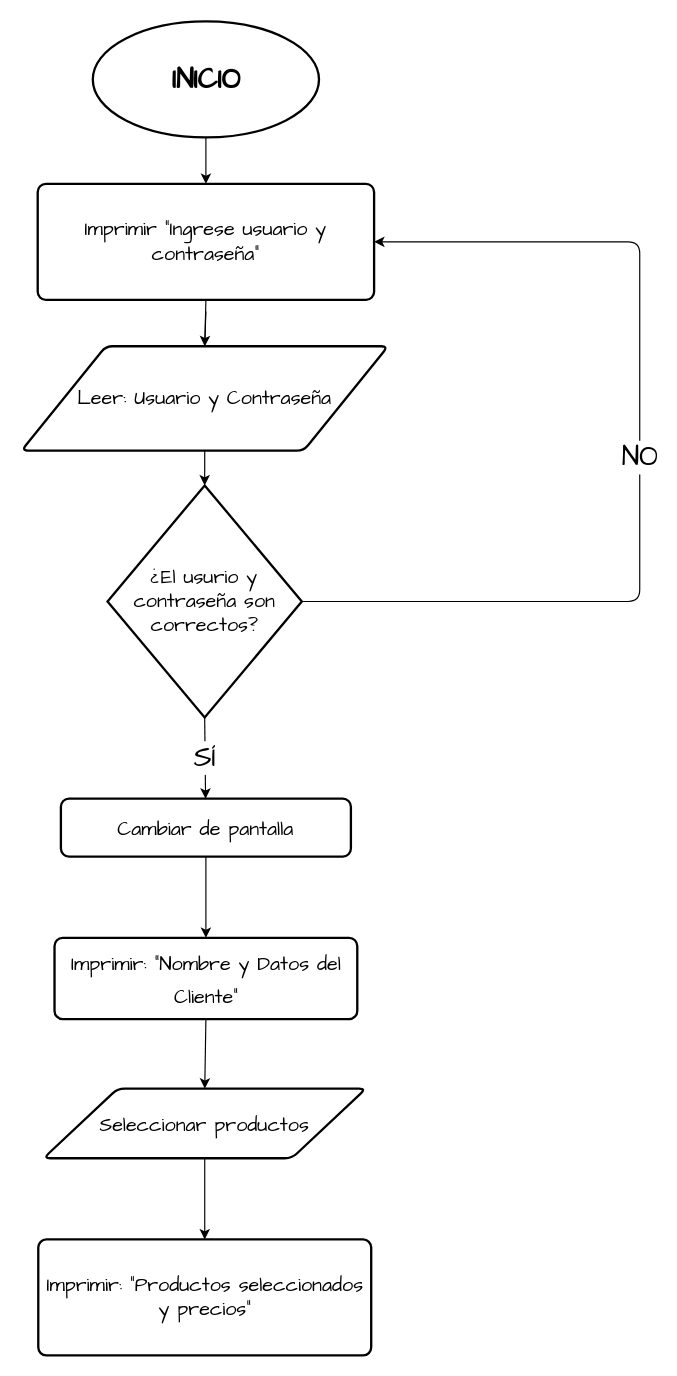
Before: src/DiagramadeFlujo.drawio in elian18/FirstJavaFXProject, a draw.io diagram. Source tidied: cells renumbered, new cells numbered last; positions are measured from the earlier drawing's top-left corner, leaving out a move shared by most shapes. Both pictures are drawn from the tidied source at 116%, with x=0, y=0 at pixel (21, 21).
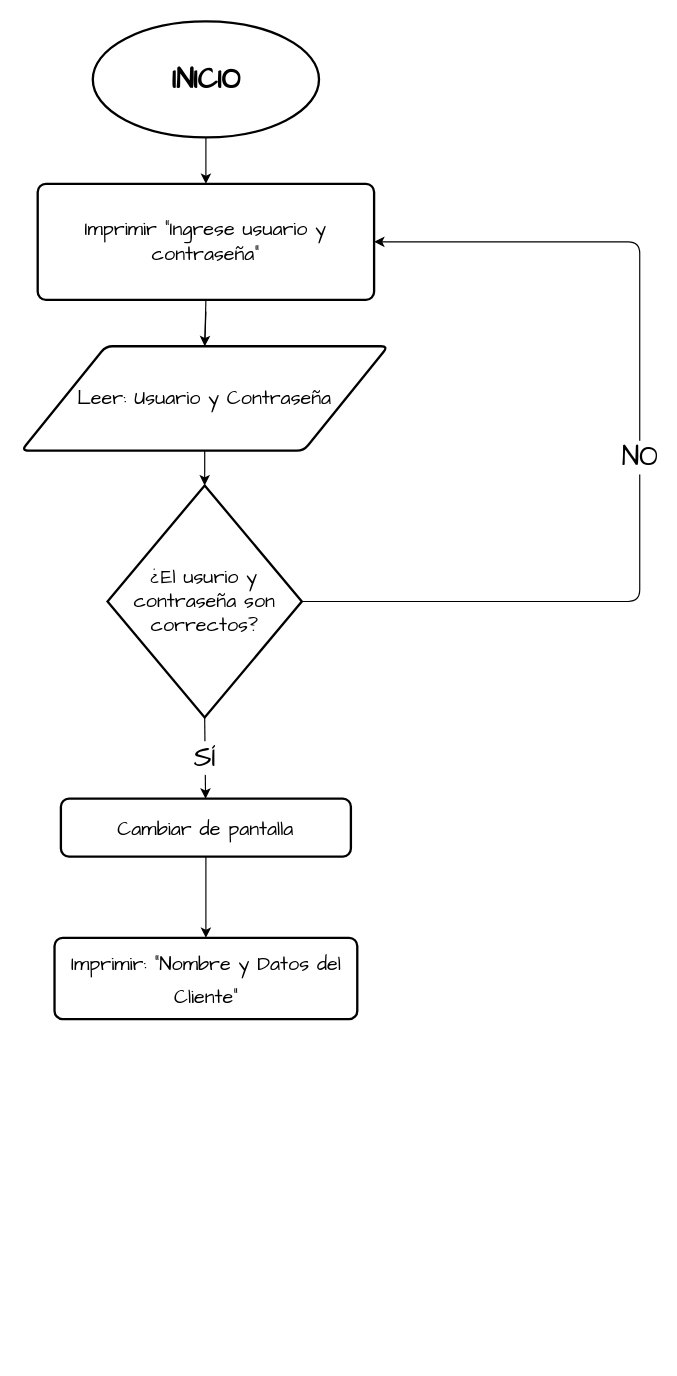
The same diagram, later.

Unchanged cells that the change refers to:
```xml
<mxCell id="17" value="&lt;span style=&quot;font-size: 17px&quot;&gt;Imprimir: &quot;Nombre y Datos del Cliente&quot;&lt;/span&gt;" style="rounded=1;whiteSpace=wrap;html=1;absoluteArcSize=1;arcSize=14;strokeWidth=2;labelBackgroundColor=none;fontFamily=Comic Sans MS;fontSize=24;" parent="1" vertex="1">
  <mxGeometry x="28.5" y="790" width="261" height="70" as="geometry" />
</mxCell>
```

Change to the diagram source:
```diff
@@
-    <mxCell id="12" style="edgeStyle=none;html=1;exitX=0.5;exitY=1;exitDx=0;exitDy=0;fontFamily=Comic Sans MS;fontSize=17;" parent="1" edge="1" source="13" target="18">
-      <mxGeometry relative="1" as="geometry" />
-    </mxCell>
-    <mxCell id="13" value="&lt;font style=&quot;font-size: 17px&quot;&gt;Seleccionar productos&lt;/font&gt;" style="shape=parallelogram;html=1;strokeWidth=2;perimeter=parallelogramPerimeter;whiteSpace=wrap;rounded=1;arcSize=12;size=0.23;labelBackgroundColor=none;fontFamily=Comic Sans MS;fontSize=24;" parent="1" vertex="1">
-      <mxGeometry x="19" y="920" width="278" height="60" as="geometry" />
-    </mxCell>
@@
-    <mxCell id="16" style="edgeStyle=none;html=1;exitX=0.5;exitY=1;exitDx=0;exitDy=0;entryX=0.5;entryY=0;entryDx=0;entryDy=0;fontFamily=Comic Sans MS;fontSize=17;" parent="1" edge="1" source="17" target="13">
-      <mxGeometry relative="1" as="geometry" />
-    </mxCell>
@@
-    <mxCell id="18" value="Imprimir: &quot;Productos seleccionados y precios&quot;" style="rounded=1;whiteSpace=wrap;html=1;absoluteArcSize=1;arcSize=14;strokeWidth=2;labelBackgroundColor=none;fontFamily=Comic Sans MS;fontSize=17;" parent="1" vertex="1">
-      <mxGeometry x="14.5" y="1050" width="287" height="100" as="geometry" />
-    </mxCell>
```
